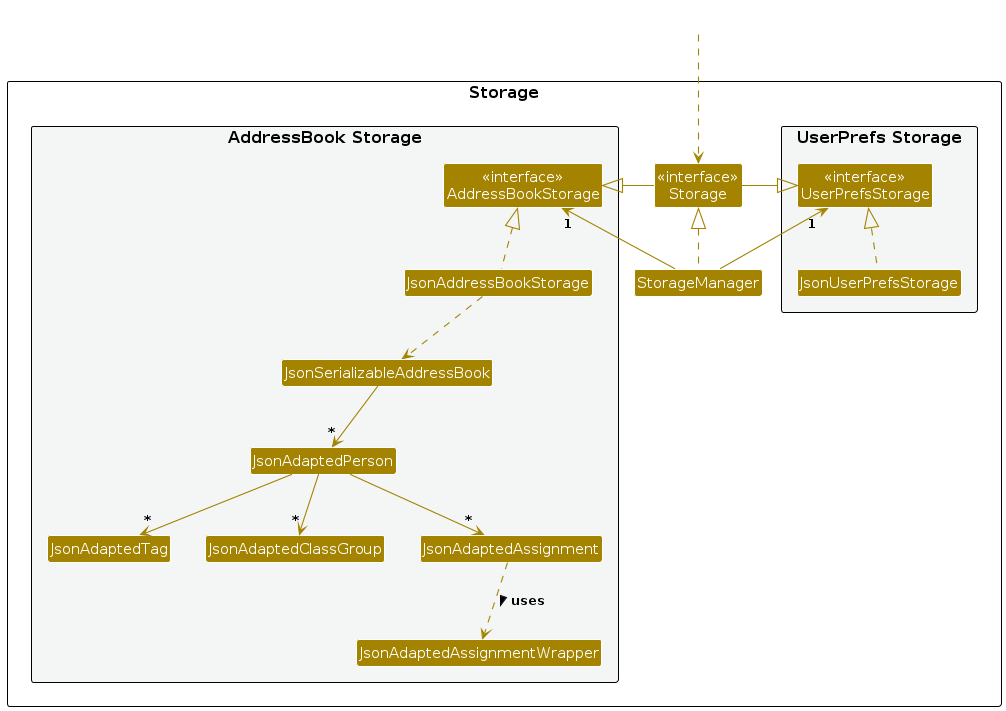
The PlantUML diagram diagrams/StorageClassDiagram.png in llamawithhats/tp, before a commit. Its source is kept beside it as diagrams/StorageClassDiagram.puml.
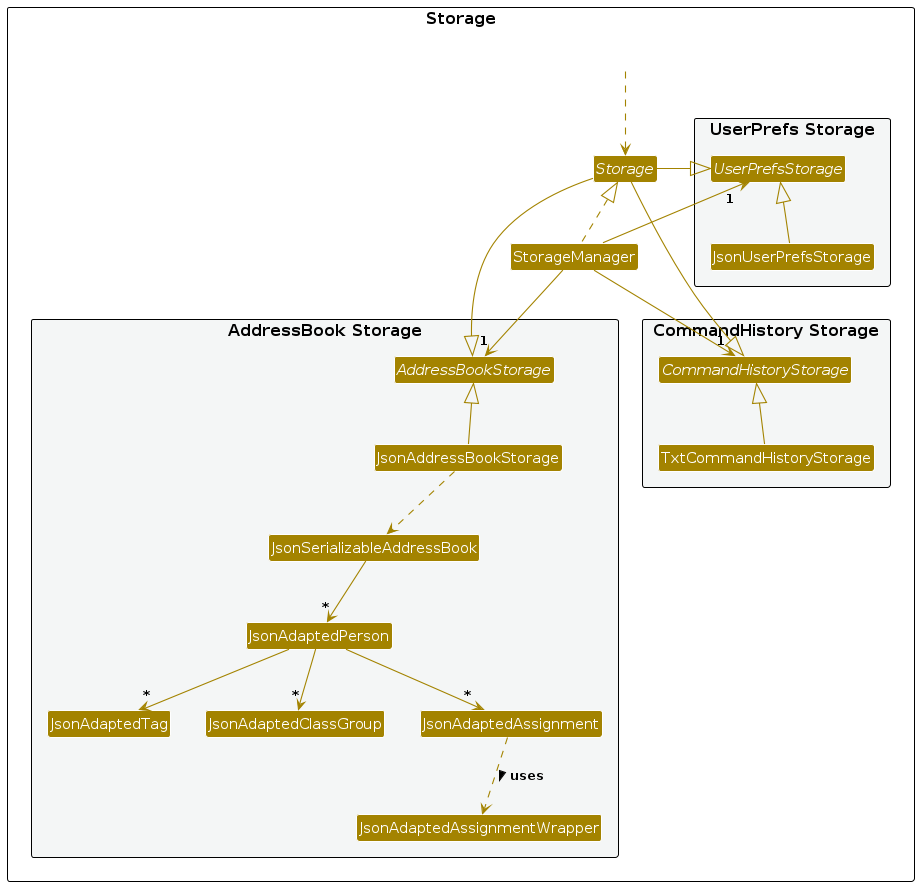
After the change.

The edit, as a diff of the source:
```diff
@@ -1,4 +1,5 @@
 @startuml
+top to bottom direction
 !include style.puml
 skinparam arrowThickness 1.1
 skinparam arrowColor STORAGE_COLOR
@@ -6,44 +7,50 @@
 
 package Storage as StoragePackage {
 
-package "UserPrefs Storage" #F4F6F6{
-Class "<<interface>>\nUserPrefsStorage" as UserPrefsStorage
-Class JsonUserPrefsStorage
+    class StorageManager
+
+    package "UserPrefs Storage" #F4F6F6 {
+        interface UserPrefsStorage
+        class JsonUserPrefsStorage
+        JsonUserPrefsStorage -up-|> UserPrefsStorage
+    }
+
+    package "AddressBook Storage" #F4F6F6 {
+        interface AddressBookStorage
+        class JsonAddressBookStorage
+        class JsonSerializableAddressBook
+        class JsonAdaptedPerson
+        class JsonAdaptedTag
+        class JsonAdaptedClassGroup
+        class JsonAdaptedAssignment
+        class JsonAdaptedAssignmentWrapper
+
+        JsonAddressBookStorage -up-|> AddressBookStorage
+        JsonAddressBookStorage ..> JsonSerializableAddressBook
+        JsonSerializableAddressBook --> "*" JsonAdaptedPerson
+        JsonAdaptedPerson --> "*" JsonAdaptedTag
+        JsonAdaptedPerson --> "*" JsonAdaptedClassGroup
+        JsonAdaptedPerson --> "*" JsonAdaptedAssignment
+        JsonAdaptedAssignment ..> JsonAdaptedAssignmentWrapper : uses >
+    }
+
+    package "CommandHistory Storage" #F4F6F6 {
+        interface CommandHistoryStorage
+        class TxtCommandHistoryStorage
+        TxtCommandHistoryStorage -up-|> CommandHistoryStorage
+    }
+
+    interface Storage
+    Storage -left-|> UserPrefsStorage
+    Storage -right-|> AddressBookStorage
+    Storage -|> CommandHistoryStorage
+    StorageManager .up.|> Storage
+
+    StorageManager -down-> "1" UserPrefsStorage
+    StorageManager -down-> "1" AddressBookStorage
+    StorageManager -down-> "1" CommandHistoryStorage
+
+    class HiddenOutside #FFFFFF
+    HiddenOutside ..> Storage
 }
-
-Class "<<interface>>\nStorage" as Storage
-Class StorageManager
-
-package "AddressBook Storage" #F4F6F6{
-Class "<<interface>>\nAddressBookStorage" as AddressBookStorage
-Class JsonAddressBookStorage
-Class JsonSerializableAddressBook
-Class JsonAdaptedPerson
-Class JsonAdaptedTag
-Class JsonAdaptedClassGroup
-Class JsonAdaptedAssignment
-Class JsonAdaptedAssignmentWrapper
-}
-
-}
-
-Class HiddenOutside #FFFFFF
-HiddenOutside ..> Storage
-
-StorageManager .up.|> Storage
-StorageManager -up-> "1" UserPrefsStorage
-StorageManager -up-> "1" AddressBookStorage
-
-Storage -left-|> UserPrefsStorage
-Storage -right-|> AddressBookStorage
-
-JsonUserPrefsStorage .up.|> UserPrefsStorage
-JsonAddressBookStorage .up.|> AddressBookStorage
-JsonAddressBookStorage ..> JsonSerializableAddressBook
-JsonSerializableAddressBook --> "*" JsonAdaptedPerson
-JsonAdaptedPerson --> "*" JsonAdaptedTag
-JsonAdaptedPerson --> "*" JsonAdaptedClassGroup
-JsonAdaptedPerson --> "*" JsonAdaptedAssignment
-JsonAdaptedAssignment ..> JsonAdaptedAssignmentWrapper : uses >
-
 @enduml
```
